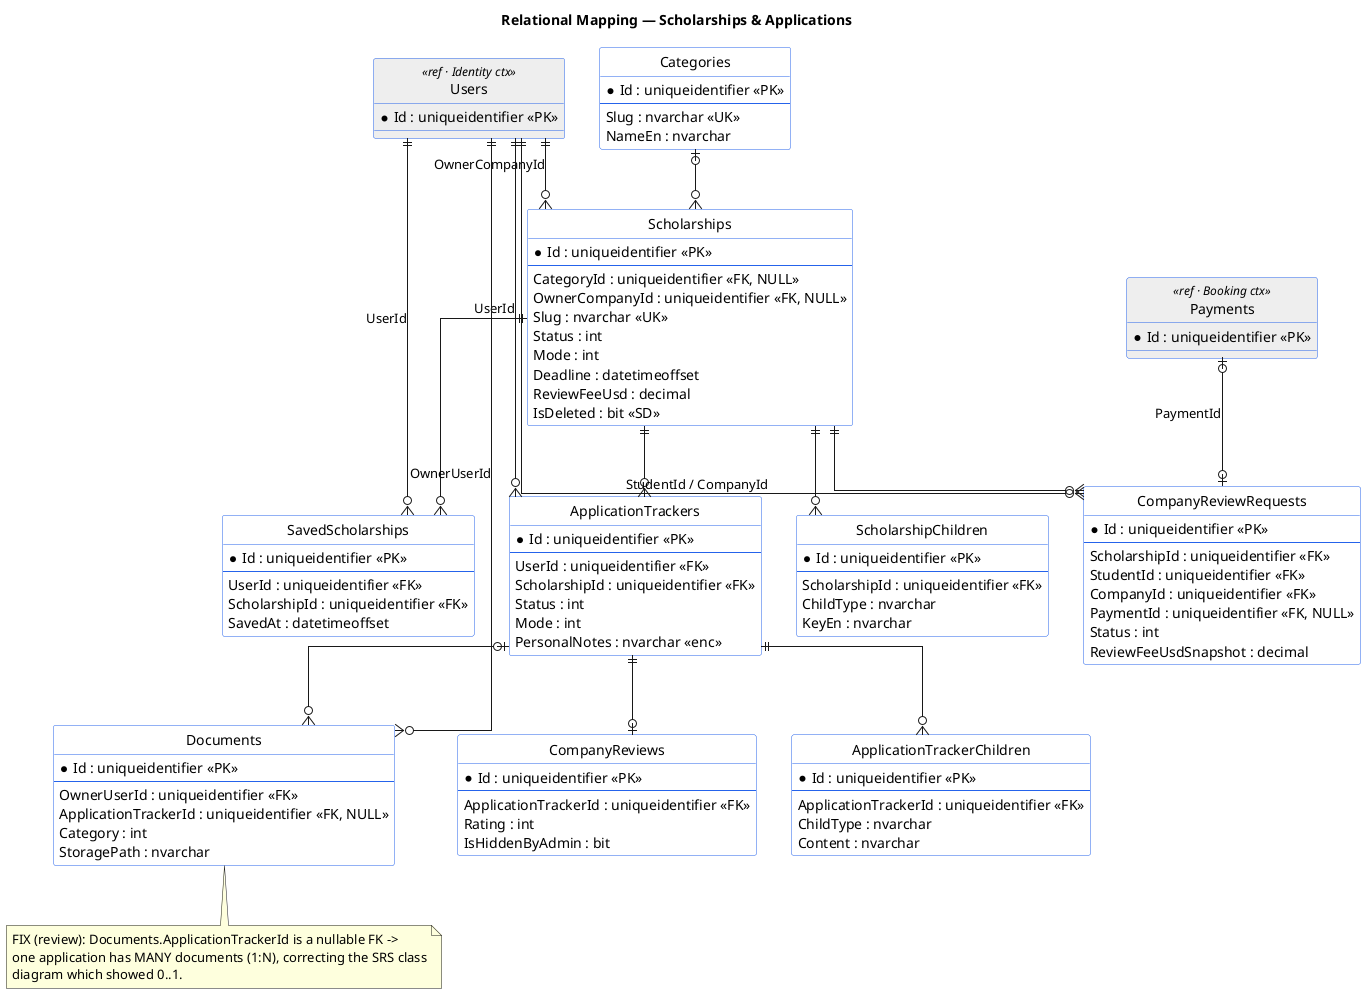
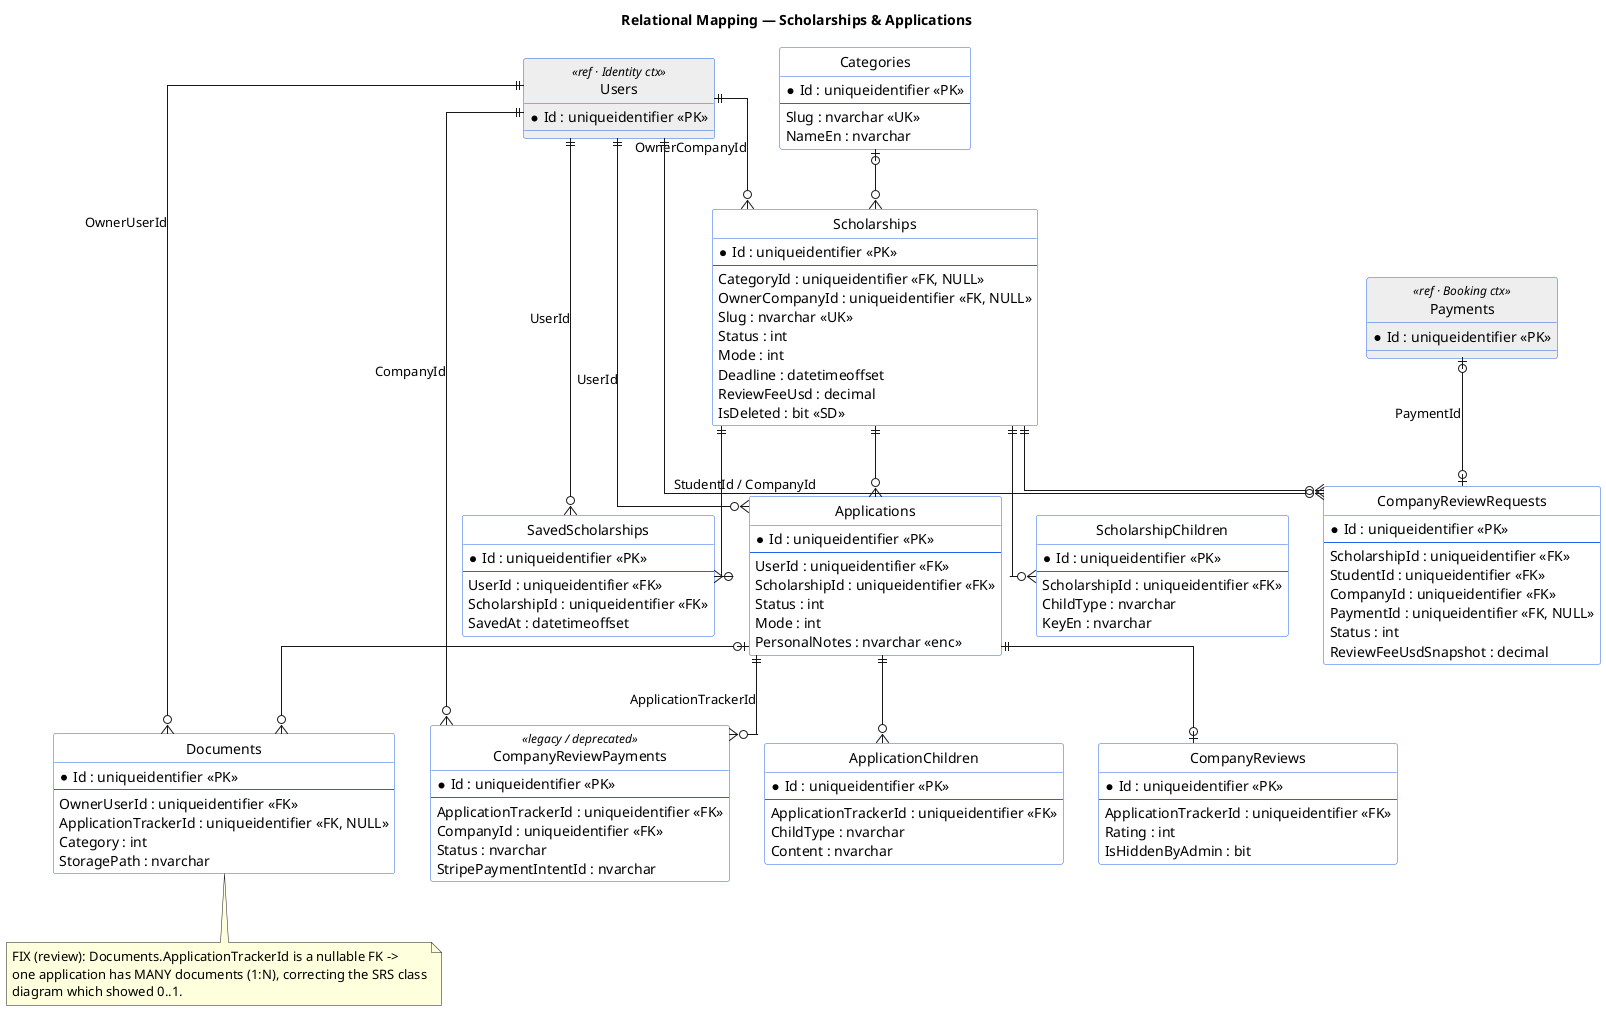
@startuml mapping-02-scholarships-applications
title Relational Mapping — Scholarships & Applications

skinparam linetype ortho
hide circle
skinparam class {
  BackgroundColor White
  BorderColor #2563eb
}

' ----- reference tables owned by other contexts (shown so FKs have a target) -----
entity "Users" as users <<ref · Identity ctx>> #EEEEEE {
  *Id : uniqueidentifier <<PK>>
}
entity "Payments" as pay <<ref · Booking ctx>> #EEEEEE {
  *Id : uniqueidentifier <<PK>>
}

entity "Categories" as cat {
  *Id : uniqueidentifier <<PK>>
  --
  Slug : nvarchar <<UK>>
  NameEn : nvarchar
}

entity "Scholarships" as sch {
  *Id : uniqueidentifier <<PK>>
  --
  CategoryId : uniqueidentifier <<FK, NULL>>
  OwnerCompanyId : uniqueidentifier <<FK, NULL>>
  Slug : nvarchar <<UK>>
  Status : int
  Mode : int
  Deadline : datetimeoffset
  ReviewFeeUsd : decimal
  IsDeleted : bit <<SD>>
}

entity "ScholarshipChildren" as schc {
  *Id : uniqueidentifier <<PK>>
  --
  ScholarshipId : uniqueidentifier <<FK>>
  ChildType : nvarchar
  KeyEn : nvarchar
}

entity "SavedScholarships" as saved {
  *Id : uniqueidentifier <<PK>>
  --
  UserId : uniqueidentifier <<FK>>
  ScholarshipId : uniqueidentifier <<FK>>
  SavedAt : datetimeoffset
}

- entity "ApplicationTrackers" as app {
+ entity "Applications" as app {
  *Id : uniqueidentifier <<PK>>
  --
  UserId : uniqueidentifier <<FK>>
  ScholarshipId : uniqueidentifier <<FK>>
  Status : int
  Mode : int
  PersonalNotes : nvarchar <<enc>>
}

- entity "ApplicationTrackerChildren" as appc {
+ entity "ApplicationChildren" as appc {
  *Id : uniqueidentifier <<PK>>
  --
  ApplicationTrackerId : uniqueidentifier <<FK>>
  ChildType : nvarchar
  Content : nvarchar
}

entity "Documents" as doc {
  *Id : uniqueidentifier <<PK>>
  --
  OwnerUserId : uniqueidentifier <<FK>>
  ApplicationTrackerId : uniqueidentifier <<FK, NULL>>
  Category : int
  StoragePath : nvarchar
}

entity "CompanyReviewRequests" as crr {
  *Id : uniqueidentifier <<PK>>
  --
  ScholarshipId : uniqueidentifier <<FK>>
  StudentId : uniqueidentifier <<FK>>
  CompanyId : uniqueidentifier <<FK>>
  PaymentId : uniqueidentifier <<FK, NULL>>
  Status : int
  ReviewFeeUsdSnapshot : decimal
}

entity "CompanyReviews" as cr {
  *Id : uniqueidentifier <<PK>>
  --
  ApplicationTrackerId : uniqueidentifier <<FK>>
  Rating : int
  IsHiddenByAdmin : bit
}

+ entity "CompanyReviewPayments" as crp <<legacy / deprecated>> {
+   *Id : uniqueidentifier <<PK>>
+   --
+   ApplicationTrackerId : uniqueidentifier <<FK>>
+   CompanyId : uniqueidentifier <<FK>>
+   Status : nvarchar
+   StripePaymentIntentId : nvarchar
+ }
+ 
' ----- intra-context FKs -----
cat   |o--o{ sch
sch   ||--o{ schc
sch   ||--o{ saved
sch   ||--o{ app
app   ||--o{ appc
app   |o--o{ doc
app   ||--o| cr
sch   ||--o{ crr

' ----- cross-context FKs (to reference tables) -----
users ||--o{ sch   : OwnerCompanyId
users ||--o{ saved : UserId
users ||--o{ app   : UserId
users ||--o{ doc   : OwnerUserId
users ||--o{ crr   : StudentId / CompanyId
pay   |o--o| crr   : PaymentId
+ app   ||--o{ crp   : ApplicationTrackerId
+ users ||--o{ crp   : CompanyId

note bottom of doc
  FIX (review): Documents.ApplicationTrackerId is a nullable FK ->
  one application has MANY documents (1:N), correcting the SRS class
  diagram which showed 0..1.
end note
@enduml
